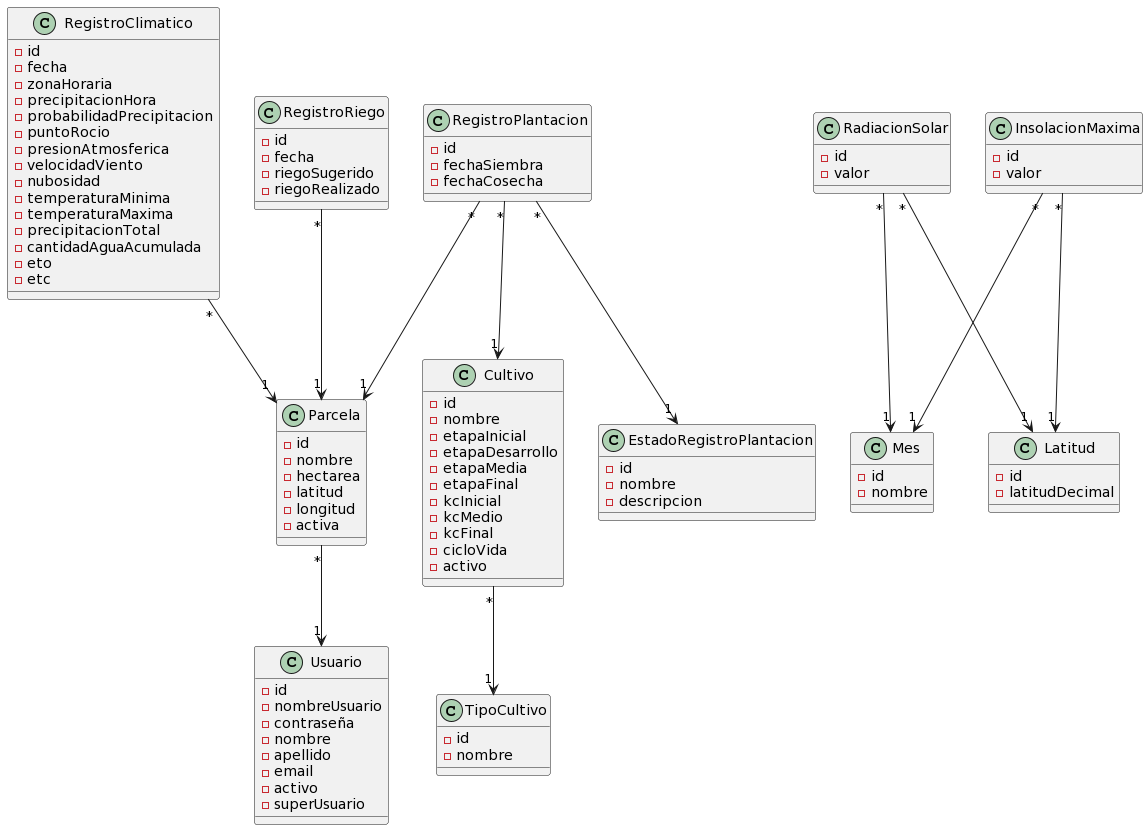
Before: domain model/MDominio: Sistema de riego.png, a diagram exported from PlantUML (facundopaez-dev/sistema-web-riego).
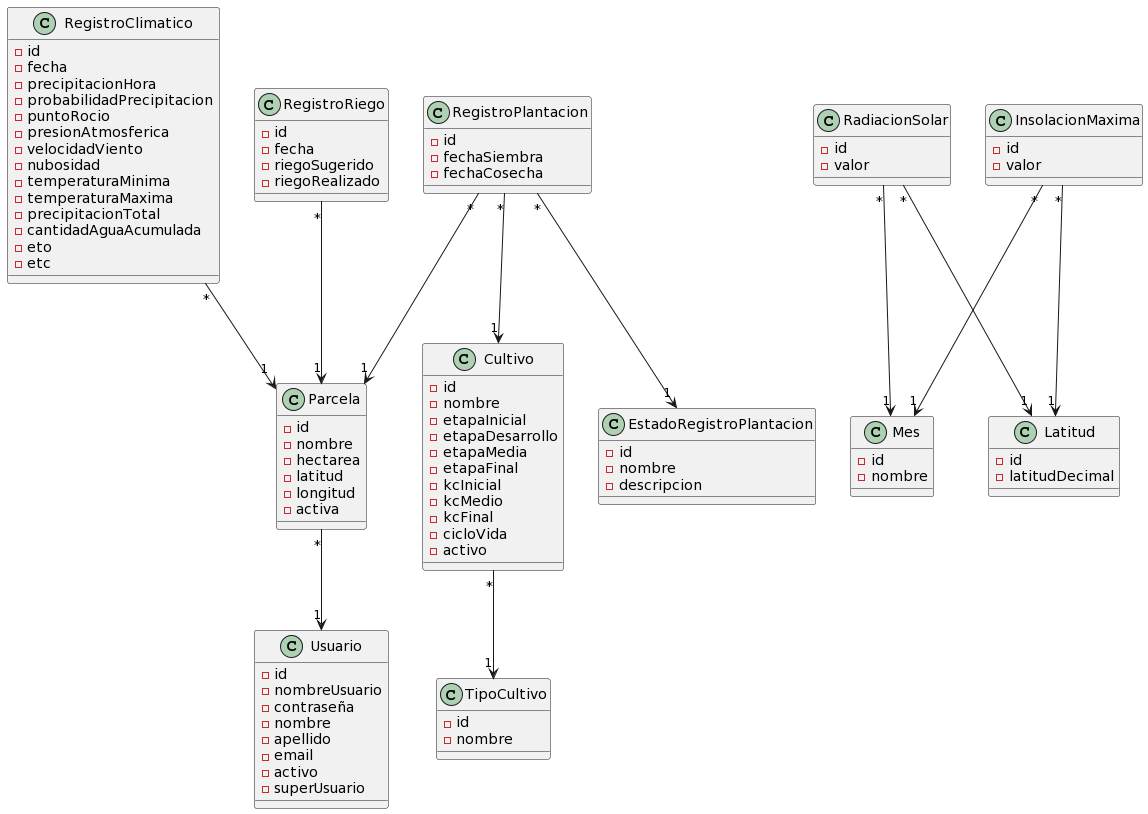
Above is the later version.

The edit, as a diff of the source:
```diff
@@ -42,7 +42,6 @@
 class RegistroClimatico {
 -id
 -fecha
--zonaHoraria
 -precipitacionHora
 -probabilidadPrecipitacion
 -puntoRocio
```
